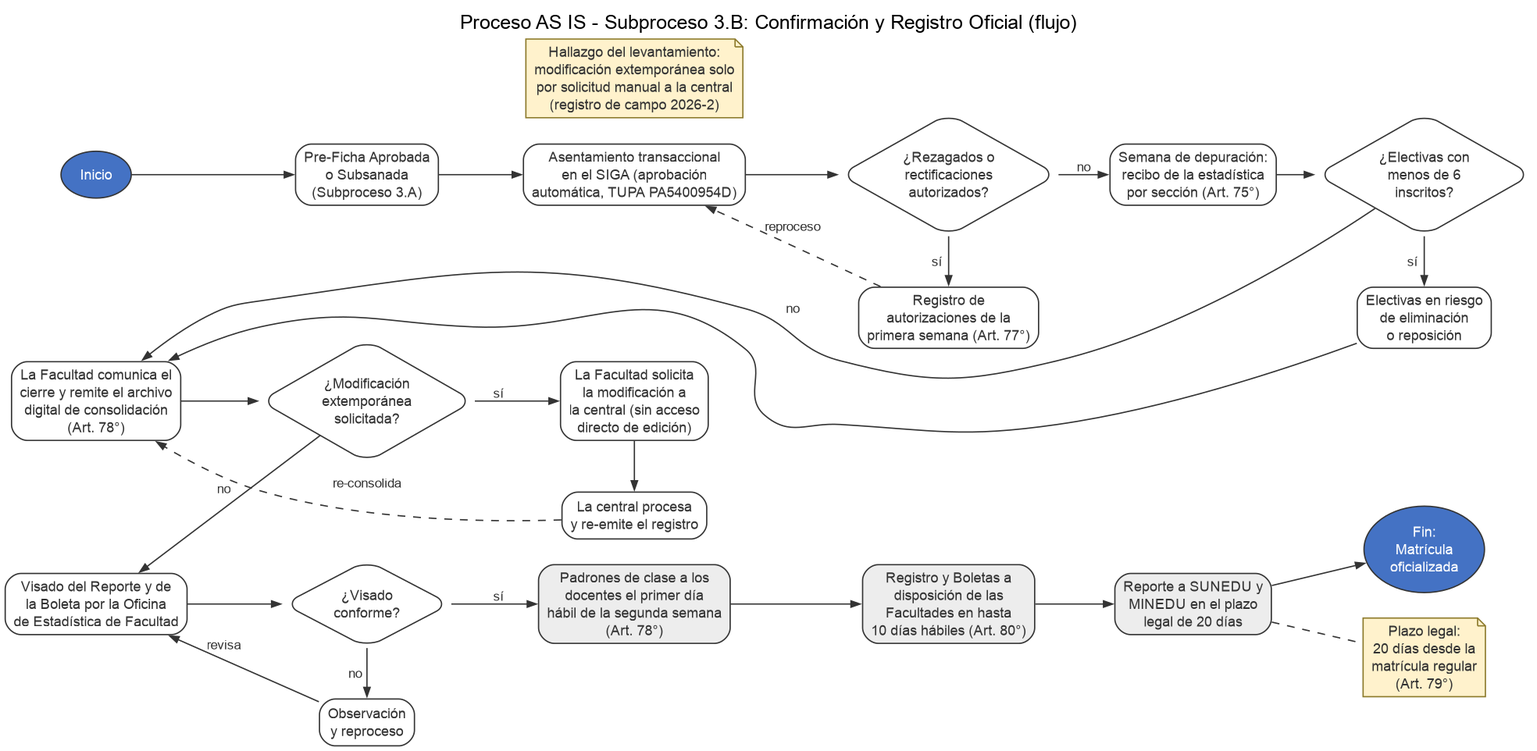
Before: trabajo_grupal/images/asis_subproceso_3b_flujo.png, a diagram exported from PlantUML (AldoLunaBueno/cc0f6_topicos_procesos_grupo). Its source is kept beside it as trabajo_grupal/diagramas/asis_subproceso_3b_flujo.puml. Source of this version:
```plantuml
@startdot asis_subproceso_3b_flujo
/' Diagrama de flujo AS IS - Subproceso 3.B: Confirmación y Registro Oficial.
   Fuente editable (PlantUML/DOT). Se renderiza por plantuml -tpng.
   La orientación horizontal usa el motor DOT (rankdir=LR) del mismo binario
   de PlantUML; el motor de actividades no admite dirección horizontal. '/
digraph {
  rankdir=LR;
  bgcolor="#FFFFFF";
  nodesep=0.28;
  ranksep=0.42;
  dpi=120;

  label="Proceso AS IS - Subproceso 3.B: Confirmación y Registro Oficial (flujo)";
  labelloc=t; fontsize=15; fontname="Helvetica"; labeljust=c;

  node [fontname="Arial", fontsize=11, fontcolor="#333333",
        shape=box, style="rounded,filled", fillcolor="#FFFFFF",
        color="#333333", margin="0.09,0.045"];
  edge [color="#333333", fontname="Arial", fontsize=10, fontcolor="#333333", arrowsize=0.7];

  inicio [shape=oval, style=filled, fillcolor="#4472C4", fontcolor="#FFFFFF", label="Inicio"];
  preficha [label="Pre-Ficha Aprobada\no Subsanada\n(Subproceso 3.A)"];
  asienta [label="Asentamiento transaccional\nen el SIGA (aprobación\nautomática, TUPA PA5400954D)"];
  d77 [shape=diamond, label="¿Rezagados o\nrectificaciones\nautorizados?"];
  autoriz [label="Registro de\nautorizaciones de la\nprimera semana (Art. 77°)"];
  depura [label="Semana de depuración:\nrecibo de la estadística\npor sección (Art. 75°)"];
  dele [shape=diamond, label="¿Electivas con\nmenos de 6\ninscritos?"];
  riesgo [label="Electivas en riesgo\nde eliminación\no reposición"];

  cierre [label="La Facultad comunica el\ncierre y remite el archivo\ndigital de consolidación\n(Art. 78°)"];
  dext [shape=diamond, label="¿Modificación\nextemporánea\nsolicitada?"];
  solici [label="La Facultad solicita\nla modificación a\nla central (sin acceso\ndirecto de edición)"];
  reemite [label="La central procesa\ny re-emite el registro"];

  visado [label="Visado del Reporte y de\nla Boleta por la Oficina\nde Estadística de Facultad"];
  dvis [shape=diamond, label="¿Visado\nconforme?"];
  obsrev [label="Observación\ny reproceso"];

  padron [label="Padrones de clase a los\ndocentes el primer día\nhábil de la segunda semana\n(Art. 78°)", fillcolor="#EDEDED"];
  dispo [label="Registro y Boletas a\ndisposición de las\nFacultades en hasta\n10 días hábiles (Art. 80°)", fillcolor="#EDEDED"];
  externo [label="Reporte a SUNEDU y\nMINEDU en el plazo\nlegal de 20 días", fillcolor="#EDEDED"];
  fin [shape=oval, style=filled, fillcolor="#4472C4", fontcolor="#FFFFFF", label="Fin:\nMatrícula\noficializada"];

  nota_plazo [shape=note, style=filled, fillcolor="#FFF2CC", color="#8C7A2B", label="Plazo legal:\n20 días desde la\nmatrícula regular\n(Art. 79°)"];
  nota_acceso [shape=note, style=filled, fillcolor="#FFF2CC", color="#8C7A2B", label="Hallazgo del levantamiento:\nmodificación extemporánea solo\npor solicitud manual a la central\n(registro de campo 2026-2)"];

  /' Fila 1: habilitacio'n, asentamiento y semana de verificación '/
  {rank=same; d77; autoriz;}
  {rank=same; dele; riesgo;}
  inicio -> preficha;
  preficha -> asienta;
  asienta -> d77;
  d77 -> autoriz [label="sí"];
  autoriz -> asienta [constraint=false, style=dashed, label="reproceso"];
  d77 -> depura [label="no"];
  depura -> dele;
  dele -> riesgo [label="sí"];

  /' Fila 2: cierre y modificaciones extemporáneas '/
  {rank=same; solici; reemite; nota_acceso;}
  dele -> cierre [label="no", constraint=false];
  riesgo -> cierre [constraint=false];
  cierre -> dext;
  dext -> solici [label="sí"];
  solici -> reemite;
  reemite -> cierre [constraint=false, style=dashed, label="re-consolida"];

  /' Fila 3: visado y despliegue del registro oficial '/
  {rank=same; dvis; obsrev;}
  dext -> visado [label="no", constraint=false];
  visado -> dvis;
  dvis -> obsrev [label="no"];
  obsrev -> visado [constraint=false, label="revisa"];
  dvis -> padron [label="sí"];
  padron -> dispo;
  dispo -> externo;
  externo -> fin;
  externo -> nota_plazo [style=dashed, arrowhead=none];
}
@enddot
```
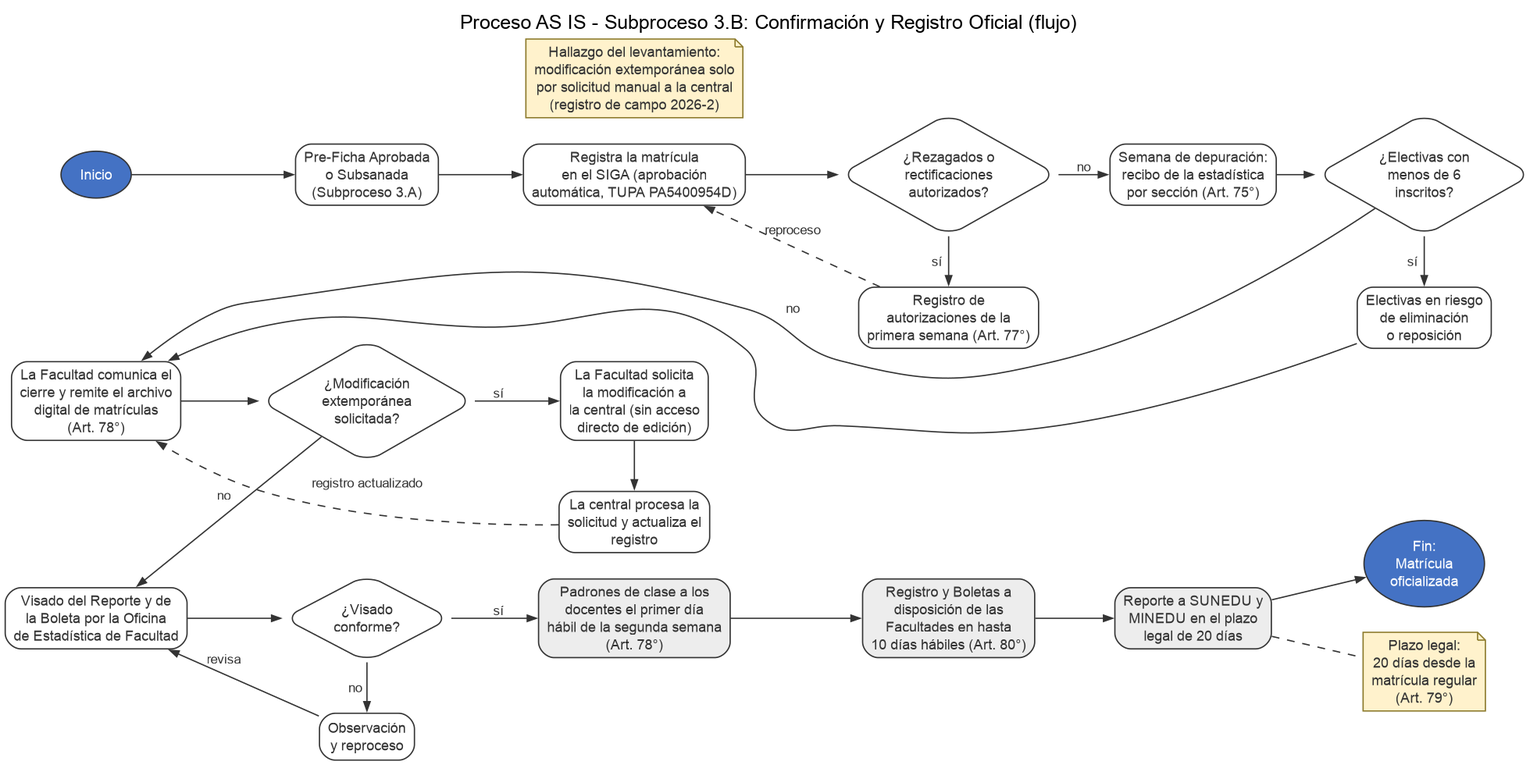
After the change.

Commit message:
style: simplificar terminos del modelo as is del subproceso 3B

What changed in the source:
```diff
@@ -20,17 +20,17 @@
 
   inicio [shape=oval, style=filled, fillcolor="#4472C4", fontcolor="#FFFFFF", label="Inicio"];
   preficha [label="Pre-Ficha Aprobada\no Subsanada\n(Subproceso 3.A)"];
-  asienta [label="Asentamiento transaccional\nen el SIGA (aprobación\nautomática, TUPA PA5400954D)"];
+  asienta [label="Registra la matrícula\nen el SIGA (aprobación\nautomática, TUPA PA5400954D)"];
   d77 [shape=diamond, label="¿Rezagados o\nrectificaciones\nautorizados?"];
   autoriz [label="Registro de\nautorizaciones de la\nprimera semana (Art. 77°)"];
   depura [label="Semana de depuración:\nrecibo de la estadística\npor sección (Art. 75°)"];
   dele [shape=diamond, label="¿Electivas con\nmenos de 6\ninscritos?"];
   riesgo [label="Electivas en riesgo\nde eliminación\no reposición"];
 
-  cierre [label="La Facultad comunica el\ncierre y remite el archivo\ndigital de consolidación\n(Art. 78°)"];
+  cierre [label="La Facultad comunica el\ncierre y remite el archivo\ndigital de matrículas\n(Art. 78°)"];
   dext [shape=diamond, label="¿Modificación\nextemporánea\nsolicitada?"];
   solici [label="La Facultad solicita\nla modificación a\nla central (sin acceso\ndirecto de edición)"];
-  reemite [label="La central procesa\ny re-emite el registro"];
+  reemite [label="La central procesa la\nsolicitud y actualiza el\nregistro"];
 
   visado [label="Visado del Reporte y de\nla Boleta por la Oficina\nde Estadística de Facultad"];
   dvis [shape=diamond, label="¿Visado\nconforme?"];
@@ -44,7 +44,7 @@
   nota_plazo [shape=note, style=filled, fillcolor="#FFF2CC", color="#8C7A2B", label="Plazo legal:\n20 días desde la\nmatrícula regular\n(Art. 79°)"];
   nota_acceso [shape=note, style=filled, fillcolor="#FFF2CC", color="#8C7A2B", label="Hallazgo del levantamiento:\nmodificación extemporánea solo\npor solicitud manual a la central\n(registro de campo 2026-2)"];
 
-  /' Fila 1: habilitacio'n, asentamiento y semana de verificación '/
+  /' Fila 1: habilitación, registro y semana de verificación '/
   {rank=same; d77; autoriz;}
   {rank=same; dele; riesgo;}
   inicio -> preficha;
@@ -63,7 +63,7 @@
   cierre -> dext;
   dext -> solici [label="sí"];
   solici -> reemite;
-  reemite -> cierre [constraint=false, style=dashed, label="re-consolida"];
+  reemite -> cierre [constraint=false, style=dashed, label="registro actualizado"];
 
   /' Fila 3: visado y despliegue del registro oficial '/
   {rank=same; dvis; obsrev;}
```
